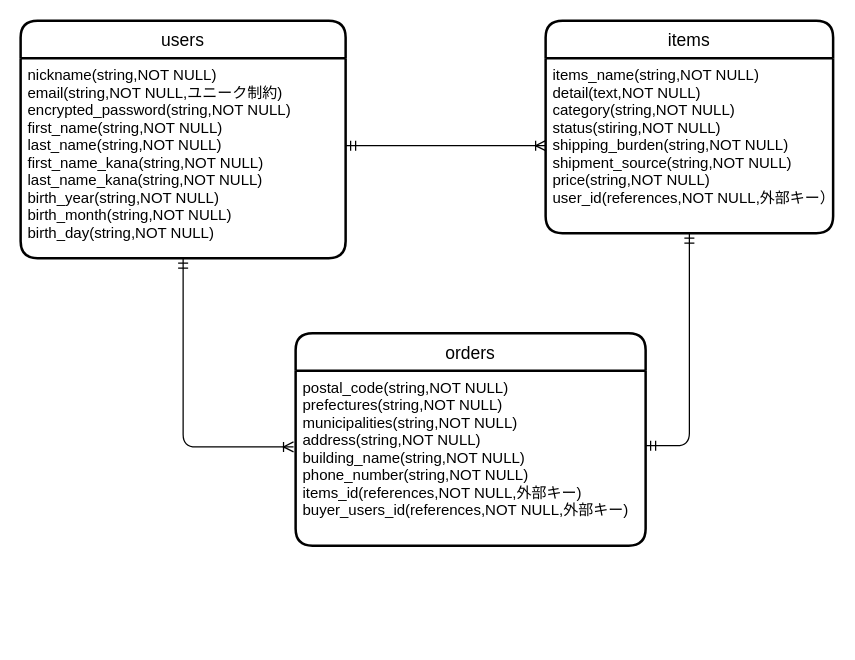
Above: furima.dio in yoshi0805/furima-36848 (draw.io), before the change. Source tidied: cells renumbered, new cells numbered last; positions are measured from the earlier drawing's top-left corner, leaving out a move shared by most shapes. Both pictures are drawn from the tidied source at 125%, with x=0, y=0 at pixel (20, 20).
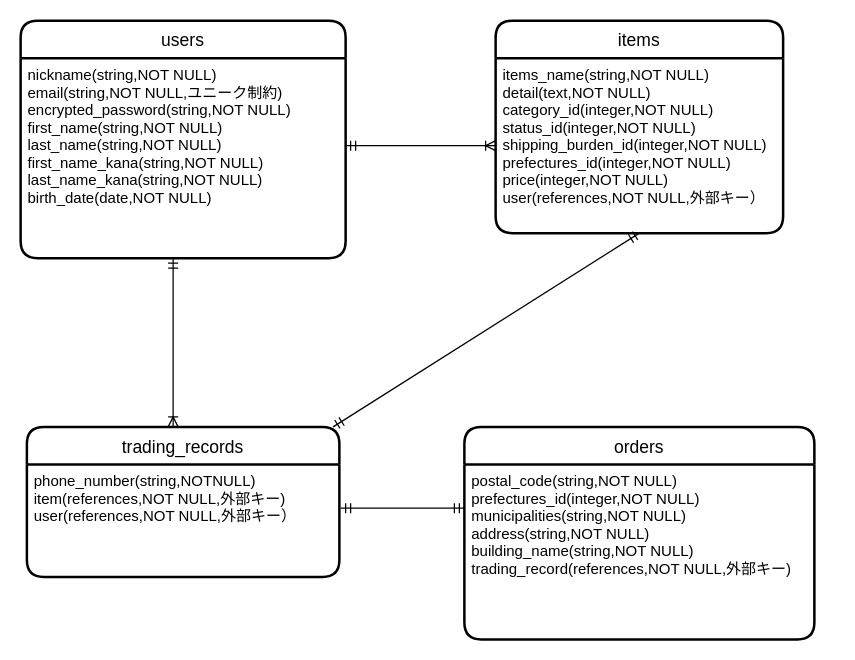
The same diagram, later.

Commit message (it also covers changes not shown here):
データベース設計（修正）

Diff of the diagram source:
```diff
@@
 <mxGraphModel>
   <root>
     <mxCell id="0" />
     <mxCell id="1" parent="0" />
     <mxCell id="2" value="users" style="swimlane;horizontal=1;startSize=30;rounded=1;fontSize=14;fontStyle=0;strokeWidth=2;shadow=0;dashed=0;align=center;" parent="1" vertex="1">
       <mxGeometry width="260" height="190" as="geometry" />
     </mxCell>
-    <mxCell id="3" value="nickname(string,NOT NULL)&#10;email(string,NOT NULL,ユニーク制約)&#10;encrypted_password(string,NOT NULL)&#10;first_name(string,NOT NULL)&#10;last_name(string,NOT NULL)&#10;first_name_kana(string,NOT NULL)&#10;last_name_kana(string,NOT NULL)&#10;birth_year(string,NOT NULL)&#10;birth_month(string,NOT NULL)&#10;birth_day(string,NOT NULL)&#10;&#10;" style="align=left;strokeColor=none;fillColor=none;spacingLeft=4;fontSize=12;verticalAlign=top;" parent="2" vertex="1">
+    <mxCell id="3" value="nickname(string,NOT NULL)&#10;email(string,NOT NULL,ユニーク制約)&#10;encrypted_password(string,NOT NULL)&#10;first_name(string,NOT NULL)&#10;last_name(string,NOT NULL)&#10;first_name_kana(string,NOT NULL)&#10;last_name_kana(string,NOT NULL)&#10;birth_date(date,NOT NULL)&#10;" style="align=left;strokeColor=none;fillColor=none;spacingLeft=4;fontSize=12;verticalAlign=top;" parent="2" vertex="1">
       <mxGeometry y="30" width="260" height="160" as="geometry" />
     </mxCell>
     <mxCell id="4" value="items" style="swimlane;horizontal=1;startSize=30;rounded=1;fontSize=14;fontStyle=0;strokeWidth=2;shadow=0;dashed=0;align=center;" parent="1" vertex="1">
-      <mxGeometry x="420" width="230" height="170" as="geometry" />
+      <mxGeometry x="380" width="230" height="170" as="geometry" />
     </mxCell>
-    <mxCell id="5" value="items_name(string,NOT NULL)&#10;detail(text,NOT NULL)&#10;category(string,NOT NULL)&#10;status(stiring,NOT NULL)&#10;shipping_burden(string,NOT NULL)&#10;shipment_source(string,NOT NULL)&#10;price(string,NOT NULL)&#10;user_id(references,NOT NULL,外部キー）&#10;&#10;" style="align=left;strokeColor=none;fillColor=none;spacingLeft=4;fontSize=12;verticalAlign=top;" parent="4" vertex="1">
+    <mxCell id="5" value="items_name(string,NOT NULL)&#10;detail(text,NOT NULL)&#10;category_id(integer,NOT NULL)&#10;status_id(integer,NOT NULL)&#10;shipping_burden_id(integer,NOT NULL)&#10;prefectures_id(integer,NOT NULL)&#10;price(integer,NOT NULL)&#10;user(references,NOT NULL,外部キー）&#10;&#10;" style="align=left;strokeColor=none;fillColor=none;spacingLeft=4;fontSize=12;verticalAlign=top;" parent="4" vertex="1">
       <mxGeometry y="30" width="230" height="140" as="geometry" />
     </mxCell>
     <mxCell id="6" value="orders" style="swimlane;horizontal=1;startSize=30;rounded=1;fontSize=14;fontStyle=0;strokeWidth=2;shadow=0;dashed=0;align=center;" parent="1" vertex="1">
-      <mxGeometry x="220" y="250" width="280" height="170" as="geometry" />
+      <mxGeometry x="355" y="325" width="280" height="170" as="geometry" />
     </mxCell>
-    <mxCell id="7" value="postal_code(string,NOT NULL)&#10;prefectures(string,NOT NULL)&#10;municipalities(string,NOT NULL)&#10;address(string,NOT NULL)&#10;building_name(string,NOT NULL)&#10;phone_number(string,NOT NULL)&#10;items_id(references,NOT NULL,外部キー)&#10;buyer_users_id(references,NOT NULL,外部キー)&#10;&#10;" style="align=left;strokeColor=none;fillColor=none;spacingLeft=4;fontSize=12;verticalAlign=top;" parent="6" vertex="1">
+    <mxCell id="7" value="postal_code(string,NOT NULL)&#10;prefectures_id(integer,NOT NULL)&#10;municipalities(string,NOT NULL)&#10;address(string,NOT NULL)&#10;building_name(string,NOT NULL)&#10;trading_record(references,NOT NULL,外部キー)&#10;" style="align=left;strokeColor=none;fillColor=none;spacingLeft=4;fontSize=12;verticalAlign=top;" parent="6" vertex="1">
       <mxGeometry y="30" width="280" height="140" as="geometry" />
     </mxCell>
     <mxCell id="8" style="edgeStyle=entityRelationEdgeStyle;fontSize=12;html=1;endArrow=ERoneToMany;startArrow=ERmandOne;entryX=0;entryY=0.5;entryDx=0;entryDy=0;" parent="1" edge="1" target="5">
       <mxGeometry relative="1" as="geometry">
         <mxPoint x="260" y="100" as="sourcePoint" />
       </mxGeometry>
     </mxCell>
-    <mxCell id="9" style="edgeStyle=orthogonalEdgeStyle;fontSize=12;html=1;endArrow=ERmandOne;startArrow=ERmandOne;entryX=0.5;entryY=1;entryDx=0;entryDy=0;" parent="1" edge="1" source="7" target="5">
-      <mxGeometry relative="1" as="geometry">
-        <Array as="points">
-          <mxPoint x="535" y="340" />
-        </Array>
-      </mxGeometry>
-    </mxCell>
-    <mxCell id="10" style="edgeStyle=orthogonalEdgeStyle;fontSize=12;html=1;endArrow=ERoneToMany;startArrow=ERmandOne;entryX=-0.006;entryY=0.436;entryDx=0;entryDy=0;entryPerimeter=0;exitX=0.5;exitY=1;exitDx=0;exitDy=0;" parent="1" edge="1" source="3" target="7">
-      <mxGeometry relative="1" as="geometry">
-        <Array as="points">
-          <mxPoint x="130" y="341" />
-        </Array>
-      </mxGeometry>
-    </mxCell>
+    <mxCell id="11" value="trading_records" style="swimlane;horizontal=1;startSize=30;rounded=1;fontSize=14;fontStyle=0;strokeWidth=2;shadow=0;dashed=0;align=center;" parent="1" vertex="1">
+      <mxGeometry x="5" y="325" width="250" height="120" as="geometry" />
+    </mxCell>
+    <mxCell id="12" value="phone_number(string,NOTNULL)&#10;item(references,NOT NULL,外部キー)&#10;user(references,NOT NULL,外部キー）&#10;" style="align=left;strokeColor=none;fillColor=none;spacingLeft=4;fontSize=12;verticalAlign=top;" parent="11" vertex="1">
+      <mxGeometry y="30" width="250" height="90" as="geometry" />
+    </mxCell>
+    <mxCell id="13" style="fontSize=12;html=1;endArrow=ERoneToMany;startArrow=ERmandOne;entryX=0.468;entryY=0;entryDx=0;entryDy=0;entryPerimeter=0;" parent="1" edge="1" target="11">
+      <mxGeometry relative="1" as="geometry">
+        <mxPoint x="122" y="190" as="sourcePoint" />
+      </mxGeometry>
+    </mxCell>
+    <mxCell id="14" style="fontSize=12;html=1;endArrow=ERmandOne;startArrow=ERmandOne;entryX=0;entryY=0.25;entryDx=0;entryDy=0;" parent="1" edge="1" target="7">
+      <mxGeometry relative="1" as="geometry">
+        <mxPoint x="256" y="390" as="sourcePoint" />
+      </mxGeometry>
+    </mxCell>
+    <mxCell id="15" style="fontSize=12;html=1;endArrow=ERmandOne;startArrow=ERmandOne;entryX=0.5;entryY=1;entryDx=0;entryDy=0;" parent="1" edge="1" target="5">
+      <mxGeometry relative="1" as="geometry">
+        <mxPoint x="250" y="325" as="sourcePoint" />
+      </mxGeometry>
+    </mxCell>
   </root>
 </mxGraphModel>
```
